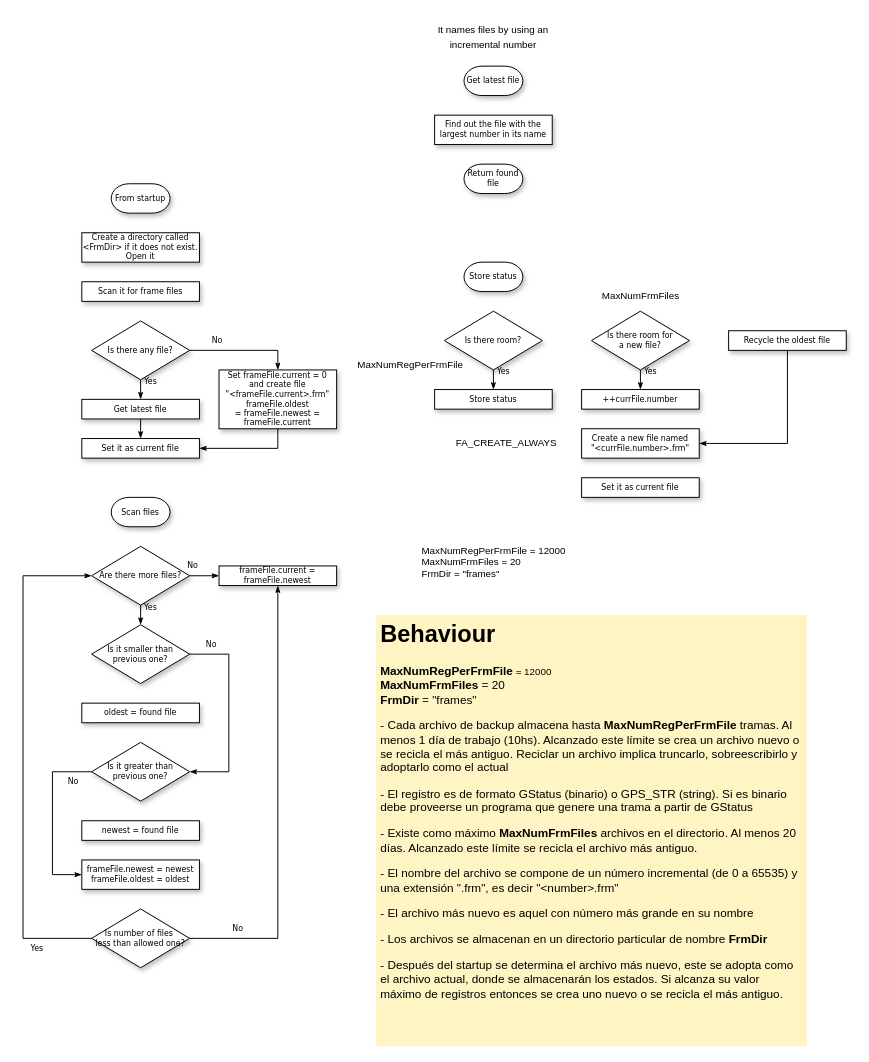
Earlier version of the draw.io diagram page "Page-1" (1 of 2) of models/structure-interaction/status-backup.drawio (vortexmakes/AgroIoT). Source tidied: cells renumbered, new cells numbered last; positions are measured from the earlier drawing's top-left corner, leaving out a move shared by most shapes. Both pictures are drawn from the tidied source at 98%, with x=0, y=0 at pixel (23, 17).
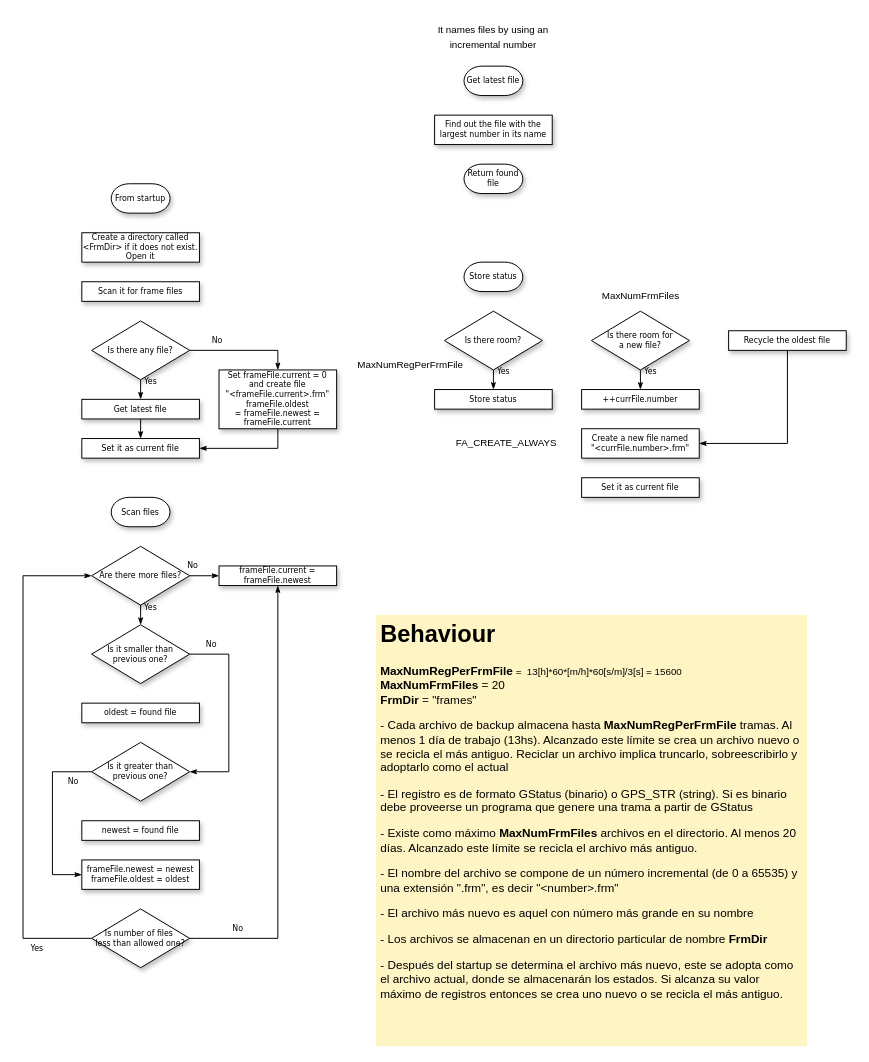
After the change.

Diff of the diagram source:
```diff
@@
-    <mxCell id="46" value="&lt;div style=&quot;text-align: left&quot;&gt;&lt;span style=&quot;font-size: 10px&quot;&gt;MaxNumRegPerFrmFile = 12000&lt;/span&gt;&lt;/div&gt;&lt;font style=&quot;font-size: 10px&quot;&gt;&lt;div style=&quot;text-align: left&quot;&gt;&lt;span&gt;MaxNumFrmFiles = 20&lt;/span&gt;&lt;/div&gt;&lt;div style=&quot;text-align: left&quot;&gt;&lt;span&gt;FrmDir = &quot;frames&quot;&lt;/span&gt;&lt;/div&gt;&lt;/font&gt;" style="text;html=1;align=center;" parent="1" vertex="1">
-      <mxGeometry x="400" y="530" width="160" height="50" as="geometry" />
-    </mxCell>
-    <mxCell id="47" value="&lt;h1&gt;Behaviour&lt;/h1&gt;&lt;div style=&quot;white-space: nowrap&quot;&gt;&lt;font style=&quot;font-size: 12px&quot;&gt;&lt;b&gt;MaxNumRegPerFrmFile&lt;/b&gt;&lt;/font&gt;&lt;span style=&quot;font-size: 10px&quot;&gt; = 12000&lt;/span&gt;&lt;/div&gt;&lt;div&gt;&lt;b&gt;MaxNumFrmFiles&lt;/b&gt; = 20&lt;/div&gt;&lt;div&gt;&lt;span&gt;&lt;b&gt;FrmDir&lt;/b&gt; = &quot;frames&quot;&lt;/span&gt;&lt;/div&gt;&lt;p&gt;- Cada archivo de backup almacena hasta&amp;nbsp;&lt;span style=&quot;text-align: center ; white-space: nowrap&quot;&gt;&lt;font style=&quot;font-size: 12px&quot;&gt;&lt;b&gt;MaxNumRegPerFrmFile&lt;/b&gt;&lt;/font&gt;&lt;/span&gt;&amp;nbsp;tramas. Al menos 1 día de trabajo (10hs). Alcanzado este límite se crea un archivo nuevo o se recicla el más antiguo. Reciclar un archivo implica truncarlo, sobreescribirlo y adoptarlo como el actual&lt;/p&gt;&lt;p&gt;&lt;span&gt;- El registro es de formato GStatus (binario) o GPS_STR (string). Si es binario debe proveerse un programa que genere una trama a partir de GStatus&lt;/span&gt;&lt;br&gt;&lt;/p&gt;&lt;p&gt;- Existe como máximo &lt;b&gt;MaxNumFrmFiles&lt;/b&gt; archivos en el directorio. Al menos 20 días. Alcanzado este límite se recicla el archivo más antiguo.&lt;/p&gt;&lt;p&gt;- El nombre del archivo se compone de un número incremental (de 0 a 65535) y una extensión &quot;.frm&quot;, es decir &quot;&amp;lt;number&amp;gt;.frm&quot;&lt;/p&gt;&lt;p&gt;- El archivo más nuevo es aquel con número más grande en su nombre&lt;/p&gt;&lt;p&gt;- Los archivos se almacenan en un directorio particular de nombre &lt;b&gt;FrmDir&lt;/b&gt;&lt;/p&gt;&lt;p&gt;- Después del startup se determina el archivo más nuevo, este se adopta como el archivo actual, donde se almacenarán los estados. Si alcanza su valor máximo de registros entonces se crea uno nuevo o se recicla el más antiguo.&lt;/p&gt;&lt;p&gt;&lt;br&gt;&lt;/p&gt;" style="text;html=1;strokeColor=none;fillColor=#FFF4C3;spacing=5;spacingTop=-20;whiteSpace=wrap;overflow=hidden;rounded=0;shadow=0;" parent="1" vertex="1">
+    <mxCell id="47" value="&lt;h1&gt;Behaviour&lt;/h1&gt;&lt;div style=&quot;white-space: nowrap&quot;&gt;&lt;font style=&quot;font-size: 12px&quot;&gt;&lt;b&gt;MaxNumRegPerFrmFile&lt;/b&gt;&lt;/font&gt;&lt;span style=&quot;font-size: 10px&quot;&gt; =&amp;nbsp; 13[h]*60*[m/h]*60[s/m]/3[s] = 15600&lt;/span&gt;&lt;/div&gt;&lt;div&gt;&lt;b&gt;MaxNumFrmFiles&lt;/b&gt; = 20&lt;/div&gt;&lt;div&gt;&lt;span&gt;&lt;b&gt;FrmDir&lt;/b&gt; = &quot;frames&quot;&lt;/span&gt;&lt;/div&gt;&lt;p&gt;- Cada archivo de backup almacena hasta&amp;nbsp;&lt;span style=&quot;text-align: center ; white-space: nowrap&quot;&gt;&lt;font style=&quot;font-size: 12px&quot;&gt;&lt;b&gt;MaxNumRegPerFrmFile&lt;/b&gt;&lt;/font&gt;&lt;/span&gt;&amp;nbsp;tramas. Al menos 1 día de trabajo (13hs). Alcanzado este límite se crea un archivo nuevo o se recicla el más antiguo. Reciclar un archivo implica truncarlo, sobreescribirlo y adoptarlo como el actual&lt;/p&gt;&lt;p&gt;&lt;span&gt;- El registro es de formato GStatus (binario) o GPS_STR (string). Si es binario debe proveerse un programa que genere una trama a partir de GStatus&lt;/span&gt;&lt;br&gt;&lt;/p&gt;&lt;p&gt;- Existe como máximo &lt;b&gt;MaxNumFrmFiles&lt;/b&gt; archivos en el directorio. Al menos 20 días. Alcanzado este límite se recicla el archivo más antiguo.&lt;/p&gt;&lt;p&gt;- El nombre del archivo se compone de un número incremental (de 0 a 65535) y una extensión &quot;.frm&quot;, es decir &quot;&amp;lt;number&amp;gt;.frm&quot;&lt;/p&gt;&lt;p&gt;- El archivo más nuevo es aquel con número más grande en su nombre&lt;/p&gt;&lt;p&gt;- Los archivos se almacenan en un directorio particular de nombre &lt;b&gt;FrmDir&lt;/b&gt;&lt;/p&gt;&lt;p&gt;- Después del startup se determina el archivo más nuevo, este se adopta como el archivo actual, donde se almacenarán los estados. Si alcanza su valor máximo de registros entonces se crea uno nuevo o se recicla el más antiguo.&lt;/p&gt;&lt;p&gt;&lt;br&gt;&lt;/p&gt;" style="text;html=1;strokeColor=none;fillColor=#FFF4C3;spacing=5;spacingTop=-20;whiteSpace=wrap;overflow=hidden;rounded=0;shadow=0;" parent="1" vertex="1">
       <mxGeometry x="360" y="610" width="440" height="440" as="geometry" />
     </mxCell>
```
